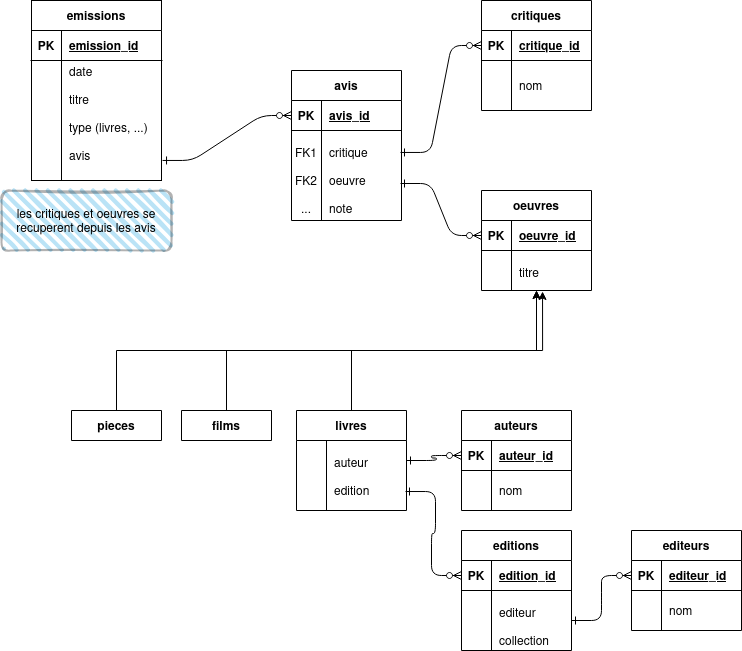
The draw.io diagram db/lmelp.drawio.png in castorfou/lmelp, before a commit. Source tidied: cells renumbered, new cells last; positions are measured from the earlier drawing's top-left corner, leaving out a move shared by most shapes.
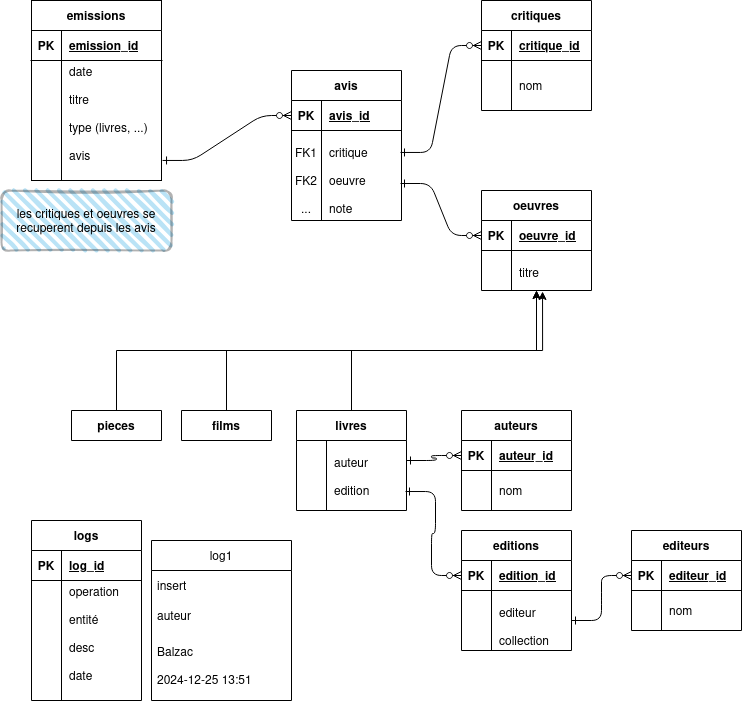
The same diagram one commit later.

The edit, as a diff of the source:
```diff
@@ -197,5 +197,38 @@
     <mxCell id="66" value="les critiques et oeuvres se recuperent depuis les avis" style="rounded=1;whiteSpace=wrap;html=1;strokeWidth=2;fillWeight=4;hachureGap=8;hachureAngle=45;fillColor=#1ba1e2;sketch=1;opacity=30;" parent="1" vertex="1">
       <mxGeometry y="190" width="170" height="60" as="geometry" />
     </mxCell>
+    <mxCell id="67" value="logs" style="shape=table;startSize=30;rowLines=0;fontStyle=1;align=center;" parent="1" vertex="1">
+      <mxGeometry x="30" y="520" width="110" height="180" as="geometry" />
+    </mxCell>
+    <mxCell id="68" style="shape=partialRectangle;fillColor=none;top=0;left=0;right=0;bottom=1;" parent="67" vertex="1">
+      <mxGeometry y="30" width="110" height="30" as="geometry" />
+    </mxCell>
+    <mxCell id="69" value="PK" style="shape=partialRectangle;overflow=hidden;fillColor=none;top=0;left=0;bottom=0;right=0;fontStyle=1;" parent="68" vertex="1">
+      <mxGeometry width="30" height="30" as="geometry" />
+    </mxCell>
+    <mxCell id="70" value="log_id" style="shape=partialRectangle;overflow=hidden;fillColor=none;top=0;left=0;bottom=0;right=0;align=left;spacingLeft=6;fontStyle=5;" parent="68" vertex="1">
+      <mxGeometry x="30" width="80" height="30" as="geometry" />
+    </mxCell>
+    <mxCell id="71" style="shape=partialRectangle;fillColor=none;top=0;left=0;right=0;bottom=0;" parent="67" vertex="1">
+      <mxGeometry y="60" width="110" height="120" as="geometry" />
+    </mxCell>
+    <mxCell id="72" style="shape=partialRectangle;overflow=hidden;fillColor=none;top=0;left=0;bottom=0;right=0;" parent="71" vertex="1">
+      <mxGeometry width="30" height="120" as="geometry" />
+    </mxCell>
+    <mxCell id="73" value="operation&#10;&#10;entité&#10;&#10;desc&#10;&#10;date&#10;" style="shape=partialRectangle;overflow=hidden;fillColor=none;top=0;left=0;bottom=0;right=0;align=left;spacingLeft=6;" parent="71" vertex="1">
+      <mxGeometry x="30" width="80" height="120" as="geometry" />
+    </mxCell>
+    <mxCell id="74" value="log1" style="swimlane;fontStyle=0;horizontal=1;startSize=30;whiteSpace=wrap;html=1;" parent="1" vertex="1">
+      <mxGeometry x="150" y="540" width="140" height="160" as="geometry" />
+    </mxCell>
+    <mxCell id="75" value="insert" style="text;strokeColor=none;fillColor=none;align=left;verticalAlign=middle;spacingLeft=4;spacingRight=4;overflow=hidden;whiteSpace=wrap;html=1;" parent="74" vertex="1">
+      <mxGeometry y="30" width="140" height="30" as="geometry" />
+    </mxCell>
+    <mxCell id="76" value="auteur" style="text;strokeColor=none;fillColor=none;align=left;verticalAlign=middle;spacingLeft=4;spacingRight=4;overflow=hidden;whiteSpace=wrap;html=1;" parent="74" vertex="1">
+      <mxGeometry y="60" width="140" height="30" as="geometry" />
+    </mxCell>
+    <mxCell id="77" value="&lt;div&gt;Balzac&lt;/div&gt;&lt;div&gt;&lt;br&gt;&lt;/div&gt;&lt;div&gt;2024-12-25 13:51&lt;br&gt;&lt;/div&gt;" style="text;strokeColor=none;fillColor=none;align=left;verticalAlign=middle;spacingLeft=4;spacingRight=4;overflow=hidden;whiteSpace=wrap;html=1;" parent="74" vertex="1">
+      <mxGeometry y="90" width="140" height="70" as="geometry" />
+    </mxCell>
   </root>
 </mxGraphModel>
```
